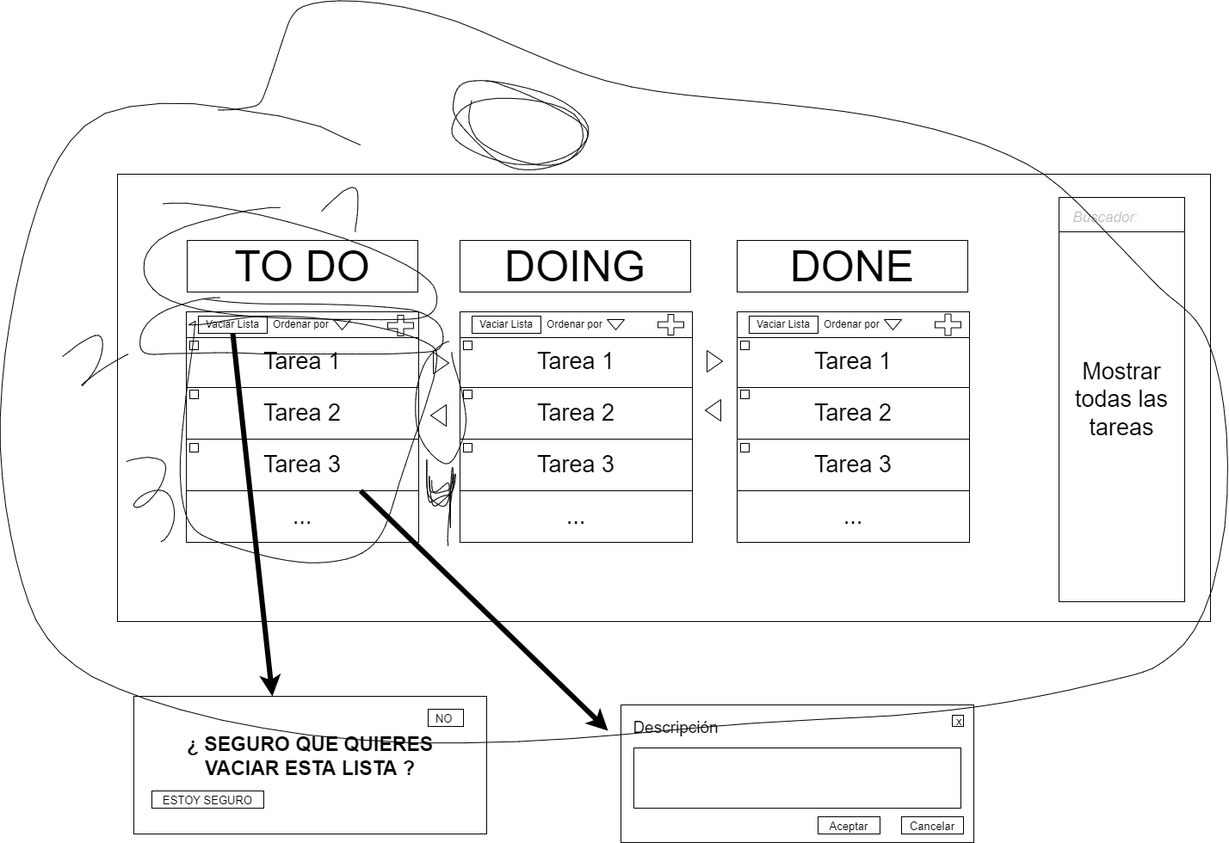
OsmanMehmed/todo-list-web-nativo keeps this draw.io diagram as MaquetacionDistribucionBloques.png. Above is the earlier version. Source tidied: cells renumbered, new cells last; positions are measured from the earlier drawing's top-left corner, leaving out a move shared by most shapes. Its diagram source:
```xml
<mxGraphModel>
  <root>
    <mxCell id="0" />
    <mxCell id="1" parent="0" />
    <mxCell id="2" style="rounded=0;whiteSpace=wrap;html=1;fontSize=50;" parent="1" vertex="1">
      <mxGeometry x="136" y="202" width="1270" height="520" as="geometry" />
    </mxCell>
    <mxCell id="3" value="Tarea 1" style="rounded=0;whiteSpace=wrap;html=1;fontSize=27;" parent="1" vertex="1">
      <mxGeometry x="216" y="390" width="270" height="60" as="geometry" />
    </mxCell>
    <mxCell id="4" value="Tarea 2" style="rounded=0;whiteSpace=wrap;html=1;fontSize=27;" parent="1" vertex="1">
      <mxGeometry x="216" y="450" width="270" height="60" as="geometry" />
    </mxCell>
    <mxCell id="5" value="Tarea 3" style="rounded=0;whiteSpace=wrap;html=1;fontSize=27;" parent="1" vertex="1">
      <mxGeometry x="216" y="510" width="270" height="60" as="geometry" />
    </mxCell>
    <mxCell id="6" value="..." style="whiteSpace=wrap;html=1;fontSize=27;" parent="1" vertex="1">
      <mxGeometry x="216" y="570" width="270" height="60" as="geometry" />
    </mxCell>
    <mxCell id="7" style="whiteSpace=wrap;html=1;fontSize=12;" parent="1" vertex="1">
      <mxGeometry x="220" y="396" width="10" height="10" as="geometry" />
    </mxCell>
    <mxCell id="8" style="whiteSpace=wrap;html=1;fontSize=27;" parent="1" vertex="1">
      <mxGeometry x="220" y="453" width="10" height="10" as="geometry" />
    </mxCell>
    <mxCell id="9" style="whiteSpace=wrap;html=1;fontSize=27;" parent="1" vertex="1">
      <mxGeometry x="220" y="515" width="10" height="10" as="geometry" />
    </mxCell>
    <mxCell id="10" value="Ordenar por&amp;nbsp;" style="rounded=0;whiteSpace=wrap;html=1;fontSize=12;" parent="1" vertex="1">
      <mxGeometry x="216" y="362" width="270" height="30" as="geometry" />
    </mxCell>
    <mxCell id="11" style="triangle;whiteSpace=wrap;html=1;fontSize=40;rotation=90;" parent="1" vertex="1">
      <mxGeometry x="391" y="367" width="12" height="20" as="geometry" />
    </mxCell>
    <mxCell id="12" value="Vaciar Lista" style="rounded=0;whiteSpace=wrap;html=1;fontSize=12;" parent="1" vertex="1">
      <mxGeometry x="230" y="367" width="80" height="20" as="geometry" />
    </mxCell>
    <mxCell id="13" value="Tarea 1" style="rounded=0;whiteSpace=wrap;html=1;fontSize=27;" parent="1" vertex="1">
      <mxGeometry x="534" y="390" width="270" height="60" as="geometry" />
    </mxCell>
    <mxCell id="14" value="Tarea 2" style="rounded=0;whiteSpace=wrap;html=1;fontSize=27;" parent="1" vertex="1">
      <mxGeometry x="534" y="450" width="270" height="60" as="geometry" />
    </mxCell>
    <mxCell id="15" value="Tarea 3" style="rounded=0;whiteSpace=wrap;html=1;fontSize=27;" parent="1" vertex="1">
      <mxGeometry x="534" y="510" width="270" height="60" as="geometry" />
    </mxCell>
    <mxCell id="16" value="..." style="whiteSpace=wrap;html=1;fontSize=27;" parent="1" vertex="1">
      <mxGeometry x="534" y="570" width="270" height="60" as="geometry" />
    </mxCell>
    <mxCell id="17" style="whiteSpace=wrap;html=1;fontSize=12;" parent="1" vertex="1">
      <mxGeometry x="538" y="396" width="10" height="10" as="geometry" />
    </mxCell>
    <mxCell id="18" style="whiteSpace=wrap;html=1;fontSize=27;" parent="1" vertex="1">
      <mxGeometry x="538" y="453" width="10" height="10" as="geometry" />
    </mxCell>
    <mxCell id="19" style="whiteSpace=wrap;html=1;fontSize=27;" parent="1" vertex="1">
      <mxGeometry x="538" y="515" width="10" height="10" as="geometry" />
    </mxCell>
    <mxCell id="20" value="Ordenar por&amp;nbsp;" style="rounded=0;whiteSpace=wrap;html=1;fontSize=12;" parent="1" vertex="1">
      <mxGeometry x="534" y="362" width="270" height="30" as="geometry" />
    </mxCell>
    <mxCell id="21" style="triangle;whiteSpace=wrap;html=1;fontSize=40;rotation=90;" parent="1" vertex="1">
      <mxGeometry x="709" y="367" width="12" height="20" as="geometry" />
    </mxCell>
    <mxCell id="22" value="Vaciar Lista" style="rounded=0;whiteSpace=wrap;html=1;fontSize=12;" parent="1" vertex="1">
      <mxGeometry x="548" y="367" width="80" height="20" as="geometry" />
    </mxCell>
    <mxCell id="23" value="Tarea 1" style="rounded=0;whiteSpace=wrap;html=1;fontSize=27;" parent="1" vertex="1">
      <mxGeometry x="856" y="390" width="270" height="60" as="geometry" />
    </mxCell>
    <mxCell id="24" value="Tarea 2" style="rounded=0;whiteSpace=wrap;html=1;fontSize=27;" parent="1" vertex="1">
      <mxGeometry x="856" y="450" width="270" height="60" as="geometry" />
    </mxCell>
    <mxCell id="25" value="Tarea 3" style="rounded=0;whiteSpace=wrap;html=1;fontSize=27;" parent="1" vertex="1">
      <mxGeometry x="856" y="510" width="270" height="60" as="geometry" />
    </mxCell>
    <mxCell id="26" value="..." style="whiteSpace=wrap;html=1;fontSize=27;" parent="1" vertex="1">
      <mxGeometry x="856" y="570" width="270" height="60" as="geometry" />
    </mxCell>
    <mxCell id="27" style="whiteSpace=wrap;html=1;fontSize=12;" parent="1" vertex="1">
      <mxGeometry x="860" y="396" width="10" height="10" as="geometry" />
    </mxCell>
    <mxCell id="28" style="whiteSpace=wrap;html=1;fontSize=27;" parent="1" vertex="1">
      <mxGeometry x="860" y="453" width="10" height="10" as="geometry" />
    </mxCell>
    <mxCell id="29" style="whiteSpace=wrap;html=1;fontSize=27;" parent="1" vertex="1">
      <mxGeometry x="860" y="515" width="10" height="10" as="geometry" />
    </mxCell>
    <mxCell id="30" value="Ordenar por&amp;nbsp;" style="rounded=0;whiteSpace=wrap;html=1;fontSize=12;" parent="1" vertex="1">
      <mxGeometry x="856" y="362" width="270" height="30" as="geometry" />
    </mxCell>
    <mxCell id="31" style="triangle;whiteSpace=wrap;html=1;fontSize=40;rotation=90;" parent="1" vertex="1">
      <mxGeometry x="1031" y="367" width="12" height="20" as="geometry" />
    </mxCell>
    <mxCell id="32" value="Vaciar Lista" style="rounded=0;whiteSpace=wrap;html=1;fontSize=12;" parent="1" vertex="1">
      <mxGeometry x="870" y="367" width="80" height="20" as="geometry" />
    </mxCell>
    <mxCell id="33" style="shape=cross;whiteSpace=wrap;html=1;fontSize=40;size=0.29230675330528844;" parent="1" vertex="1">
      <mxGeometry x="450" y="366" width="30" height="24" as="geometry" />
    </mxCell>
    <mxCell id="34" style="shape=cross;whiteSpace=wrap;html=1;fontSize=40;size=0.28333282470703125;" parent="1" vertex="1">
      <mxGeometry x="764" y="365" width="30" height="24" as="geometry" />
    </mxCell>
    <mxCell id="35" style="shape=cross;whiteSpace=wrap;html=1;fontSize=40;size=0.28333282470703125;" parent="1" vertex="1">
      <mxGeometry x="1086" y="364.5" width="30" height="25" as="geometry" />
    </mxCell>
    <mxCell id="36" value="&lt;font style=&quot;font-size: 50px&quot;&gt;TO DO&lt;/font&gt;" style="rounded=0;whiteSpace=wrap;html=1;fontSize=12;" parent="1" vertex="1">
      <mxGeometry x="217" y="279" width="268" height="60" as="geometry" />
    </mxCell>
    <mxCell id="37" value="&lt;font style=&quot;font-size: 50px&quot;&gt;DOING&lt;/font&gt;" style="rounded=0;whiteSpace=wrap;html=1;fontSize=12;" parent="1" vertex="1">
      <mxGeometry x="534" y="279" width="268" height="60" as="geometry" />
    </mxCell>
    <mxCell id="38" value="&lt;font style=&quot;font-size: 50px&quot;&gt;DONE&lt;/font&gt;" style="rounded=0;whiteSpace=wrap;html=1;fontSize=12;" parent="1" vertex="1">
      <mxGeometry x="856" y="279" width="268" height="60" as="geometry" />
    </mxCell>
    <mxCell id="39" style="endArrow=classic;html=1;rounded=0;fontSize=50;exitX=0.75;exitY=1;exitDx=0;exitDy=0;strokeWidth=6;" parent="1" edge="1" source="5">
      <mxGeometry relative="1" as="geometry">
        <mxPoint x="706" y="849" as="targetPoint" />
      </mxGeometry>
    </mxCell>
    <mxCell id="40" style="rounded=0;whiteSpace=wrap;html=1;fontSize=50;" parent="1" vertex="1">
      <mxGeometry x="721" y="819" width="410" height="160" as="geometry" />
    </mxCell>
    <mxCell id="41" value="&lt;font style=&quot;font-size: 19px&quot;&gt;Descripción&lt;/font&gt;" style="text;html=1;strokeColor=none;fillColor=none;align=center;verticalAlign=middle;whiteSpace=wrap;rounded=0;fontSize=50;" parent="1" vertex="1">
      <mxGeometry x="755" y="819" width="60" height="30" as="geometry" />
    </mxCell>
    <mxCell id="42" style="rounded=0;whiteSpace=wrap;html=1;fontSize=19;" parent="1" vertex="1">
      <mxGeometry x="736" y="869" width="380" height="70" as="geometry" />
    </mxCell>
    <mxCell id="43" value="&lt;span style=&quot;font-size: 13px&quot;&gt;Aceptar&lt;/span&gt;" style="rounded=0;whiteSpace=wrap;html=1;fontSize=19;" parent="1" vertex="1">
      <mxGeometry x="950" y="949" width="72" height="20" as="geometry" />
    </mxCell>
    <mxCell id="44" value="&lt;span style=&quot;font-size: 13px&quot;&gt;Cancelar&lt;/span&gt;" style="rounded=0;whiteSpace=wrap;html=1;fontSize=19;" parent="1" vertex="1">
      <mxGeometry x="1047" y="949" width="72" height="20" as="geometry" />
    </mxCell>
    <mxCell id="45" value="&amp;nbsp;x" style="whiteSpace=wrap;html=1;fontSize=13;" parent="1" vertex="1">
      <mxGeometry x="1106" y="831" width="13" height="13" as="geometry" />
    </mxCell>
    <mxCell id="46" style="triangle;whiteSpace=wrap;html=1;fontSize=27;" parent="1" vertex="1">
      <mxGeometry x="503" y="409" width="18" height="25" as="geometry" />
    </mxCell>
    <mxCell id="47" style="triangle;whiteSpace=wrap;html=1;fontSize=27;" parent="1" vertex="1">
      <mxGeometry x="821" y="407" width="18" height="25" as="geometry" />
    </mxCell>
    <mxCell id="48" style="triangle;whiteSpace=wrap;html=1;fontSize=27;rotation=-180;" parent="1" vertex="1">
      <mxGeometry x="500" y="470" width="18" height="25" as="geometry" />
    </mxCell>
    <mxCell id="49" style="triangle;whiteSpace=wrap;html=1;fontSize=27;rotation=-180;" parent="1" vertex="1">
      <mxGeometry x="819" y="464" width="18" height="25" as="geometry" />
    </mxCell>
    <mxCell id="50" value="&lt;span&gt;Mostrar todas las tareas&lt;/span&gt;" style="rounded=0;whiteSpace=wrap;html=1;fontSize=27;" parent="1" vertex="1">
      <mxGeometry x="1230" y="229" width="146" height="470" as="geometry" />
    </mxCell>
    <mxCell id="51" value="&lt;font style=&quot;font-size: 17px&quot;&gt;&amp;nbsp; &amp;nbsp;Buscador:&lt;/font&gt;" style="rounded=0;whiteSpace=wrap;html=1;fontSize=27;fontStyle=2;align=left;fontColor=#000000;textOpacity=30;" parent="1" vertex="1">
      <mxGeometry x="1230" y="229" width="146" height="40" as="geometry" />
    </mxCell>
    <mxCell id="52" style="endArrow=classic;html=1;rounded=0;fontSize=50;exitX=0.5;exitY=1;exitDx=0;exitDy=0;strokeWidth=6;" parent="1" edge="1" source="12">
      <mxGeometry relative="1" as="geometry">
        <mxPoint x="316" y="809" as="targetPoint" />
      </mxGeometry>
    </mxCell>
    <mxCell id="53" style="rounded=0;whiteSpace=wrap;html=1;fontSize=50;" parent="1" vertex="1">
      <mxGeometry x="155" y="809" width="410" height="160" as="geometry" />
    </mxCell>
    <mxCell id="54" value="¿ SEGURO QUE QUIERES VACIAR ESTA LISTA ?" style="text;html=1;strokeColor=none;fillColor=none;align=center;verticalAlign=middle;whiteSpace=wrap;rounded=0;fontSize=23;fontColor=#000000;fontStyle=1;" parent="1" vertex="1">
      <mxGeometry x="205" y="836" width="310" height="86.5" as="geometry" />
    </mxCell>
    <mxCell id="55" value="&lt;span style=&quot;font-size: 13px&quot;&gt;ESTOY SEGURO&lt;/span&gt;" style="rounded=0;whiteSpace=wrap;html=1;fontSize=19;" parent="1" vertex="1">
      <mxGeometry x="176" y="919" width="130" height="20" as="geometry" />
    </mxCell>
    <mxCell id="56" value="&lt;span style=&quot;font-size: 13px&quot;&gt;NO&amp;nbsp;&lt;/span&gt;" style="rounded=0;whiteSpace=wrap;html=1;fontSize=19;" parent="1" vertex="1">
      <mxGeometry x="497" y="824" width="41" height="20" as="geometry" />
    </mxCell>
    <mxCell id="57" style="shape=(stored shape, 732 characters);fillColor=none;fontSize=23;fontColor=#000000;" parent="1" vertex="1">
      <mxGeometry x="166.6" y="235.7" width="340.5" height="135.5" as="geometry" />
    </mxCell>
    <mxCell id="58" style="shape=(stored shape, 1116 characters);fillColor=none;fontSize=23;fontColor=#000000;" parent="1" vertex="1">
      <mxGeometry x="162.1" y="345.5" width="352.4" height="66" as="geometry" />
    </mxCell>
    <mxCell id="59" style="shape=(stored shape, 1256 characters);fillColor=none;fontSize=23;fontColor=#F0FF66;" parent="1" vertex="1">
      <mxGeometry x="208.8" y="367" width="298.4" height="286.7" as="geometry" />
    </mxCell>
    <mxCell id="60" style="shape=(stored shape, 836 characters);fillColor=none;fontSize=23;fontColor=#F0FF66;" parent="1" vertex="1">
      <mxGeometry x="482.3" y="396.5" width="58.7" height="142.2" as="geometry" />
    </mxCell>
    <mxCell id="61" style="shape=(stored shape, 328 characters);fillColor=none;fontSize=23;fontColor=#F0FF66;" parent="1" vertex="1">
      <mxGeometry x="373.2" y="217.2" width="42.2" height="52" as="geometry" />
    </mxCell>
    <mxCell id="62" style="shape=(stored shape, 544 characters);fillColor=none;fontSize=23;fontColor=#F0FF66;" parent="1" vertex="1">
      <mxGeometry x="72.1" y="389.4" width="76.4" height="58.4" as="geometry" />
    </mxCell>
    <mxCell id="63" style="shape=(stored shape, 628 characters);fillColor=none;fontSize=23;fontColor=#F0FF66;" parent="1" vertex="1">
      <mxGeometry x="146.3" y="531.1" width="55.8" height="98.1" as="geometry" />
    </mxCell>
    <mxCell id="64" style="shape=(stored shape, 1904 characters);fillColor=none;fontSize=23;fontColor=#F0FF66;" parent="1" vertex="1">
      <mxGeometry x="495.4" y="533.9" width="33.5" height="100.4" as="geometry" />
    </mxCell>
    <mxCell id="65" style="shape=(stored shape, 1672 characters);fillColor=none;fontSize=23;fontColor=#F0FF66;" parent="1" vertex="1">
      <mxGeometry x="-0.3" y="0.5" width="1426.2" height="862.7" as="geometry" />
    </mxCell>
    <mxCell id="66" style="shape=(stored shape, 1428 characters);fillColor=none;fontSize=23;fontColor=#F0FF66;" parent="1" vertex="1">
      <mxGeometry x="524.5" y="93.1" width="158.9" height="103.8" as="geometry" />
    </mxCell>
  </root>
</mxGraphModel>
```
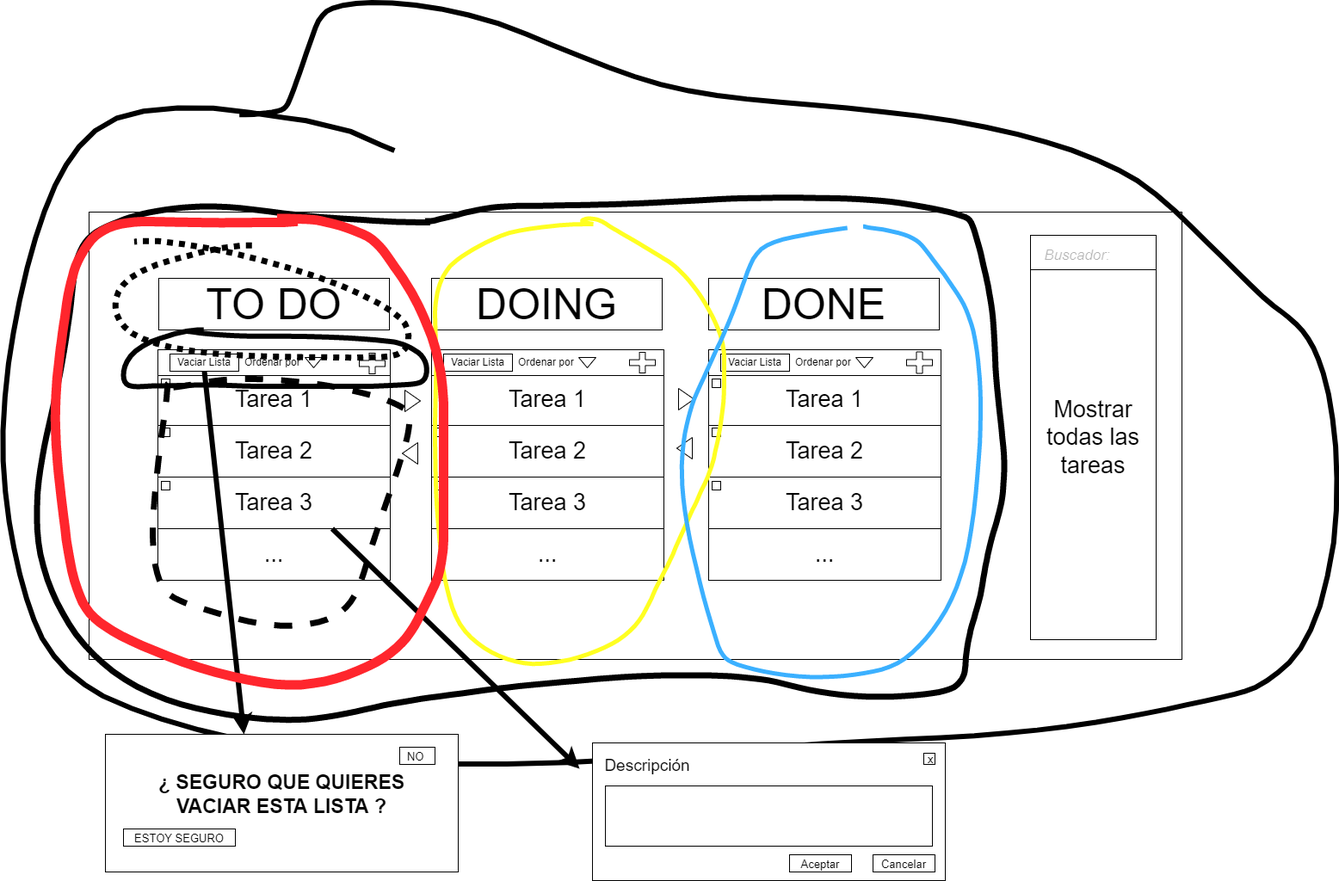
Later version of the same file.

Diff of the diagram source:
```diff
@@ -5,6 +5,12 @@
     <mxCell id="2" style="rounded=0;whiteSpace=wrap;html=1;fontSize=50;" parent="1" vertex="1">
       <mxGeometry x="136" y="202" width="1270" height="520" as="geometry" />
     </mxCell>
+    <mxCell id="65" style="shape=(stored shape, 1672 characters);fillColor=none;fontSize=23;fontColor=#F0FF66;strokeColor=#000000;strokeWidth=6;" parent="1" vertex="1">
+      <mxGeometry x="36" y="-41.5" width="1550" height="885" as="geometry" />
+    </mxCell>
+    <mxCell id="67" style="shape=(stored shape, 2996 characters);fillColor=none;fontSize=23;fontColor=#F0FF66;strokeWidth=7;strokeColor=#000000;" parent="1" vertex="1">
+      <mxGeometry x="75.4" y="185.2" width="1124.2" height="607" as="geometry" />
+    </mxCell>
     <mxCell id="3" value="Tarea 1" style="rounded=0;whiteSpace=wrap;html=1;fontSize=27;" parent="1" vertex="1">
       <mxGeometry x="216" y="390" width="270" height="60" as="geometry" />
     </mxCell>
@@ -171,35 +177,23 @@
     <mxCell id="56" value="&lt;span style=&quot;font-size: 13px&quot;&gt;NO&amp;nbsp;&lt;/span&gt;" style="rounded=0;whiteSpace=wrap;html=1;fontSize=19;" parent="1" vertex="1">
       <mxGeometry x="497" y="824" width="41" height="20" as="geometry" />
     </mxCell>
-    <mxCell id="57" style="shape=(stored shape, 732 characters);fillColor=none;fontSize=23;fontColor=#000000;" parent="1" vertex="1">
+    <mxCell id="57" style="shape=(stored shape, 732 characters);fillColor=none;fontSize=23;fontColor=#000000;strokeWidth=7;dashed=1;dashPattern=1 1;" parent="1" vertex="1">
       <mxGeometry x="166.6" y="235.7" width="340.5" height="135.5" as="geometry" />
     </mxCell>
-    <mxCell id="58" style="shape=(stored shape, 1116 characters);fillColor=none;fontSize=23;fontColor=#000000;" parent="1" vertex="1">
-      <mxGeometry x="162.1" y="345.5" width="352.4" height="66" as="geometry" />
+    <mxCell id="58" style="shape=(stored shape, 1116 characters);fillColor=none;fontSize=23;fontColor=#000000;strokeWidth=6;" parent="1" vertex="1">
+      <mxGeometry x="176" y="339" width="352.4" height="66" as="geometry" />
     </mxCell>
-    <mxCell id="59" style="shape=(stored shape, 1256 characters);fillColor=none;fontSize=23;fontColor=#F0FF66;" parent="1" vertex="1">
-      <mxGeometry x="208.8" y="367" width="298.4" height="286.7" as="geometry" />
+    <mxCell id="59" style="shape=(stored shape, 1256 characters);fillColor=none;fontSize=23;fontColor=#F0FF66;dashed=1;strokeWidth=7;" parent="1" vertex="1">
+      <mxGeometry x="210" y="396" width="298.4" height="286.7" as="geometry" />
     </mxCell>
-    <mxCell id="60" style="shape=(stored shape, 836 characters);fillColor=none;fontSize=23;fontColor=#F0FF66;" parent="1" vertex="1">
-      <mxGeometry x="482.3" y="396.5" width="58.7" height="142.2" as="geometry" />
-    </mxCell>
-    <mxCell id="61" style="shape=(stored shape, 328 characters);fillColor=none;fontSize=23;fontColor=#F0FF66;" parent="1" vertex="1">
-      <mxGeometry x="373.2" y="217.2" width="42.2" height="52" as="geometry" />
-    </mxCell>
-    <mxCell id="62" style="shape=(stored shape, 544 characters);fillColor=none;fontSize=23;fontColor=#F0FF66;" parent="1" vertex="1">
-      <mxGeometry x="72.1" y="389.4" width="76.4" height="58.4" as="geometry" />
-    </mxCell>
-    <mxCell id="63" style="shape=(stored shape, 628 characters);fillColor=none;fontSize=23;fontColor=#F0FF66;" parent="1" vertex="1">
-      <mxGeometry x="146.3" y="531.1" width="55.8" height="98.1" as="geometry" />
-    </mxCell>
-    <mxCell id="64" style="shape=(stored shape, 1904 characters);fillColor=none;fontSize=23;fontColor=#F0FF66;" parent="1" vertex="1">
-      <mxGeometry x="495.4" y="533.9" width="33.5" height="100.4" as="geometry" />
-    </mxCell>
-    <mxCell id="65" style="shape=(stored shape, 1672 characters);fillColor=none;fontSize=23;fontColor=#F0FF66;" parent="1" vertex="1">
-      <mxGeometry x="-0.3" y="0.5" width="1426.2" height="862.7" as="geometry" />
-    </mxCell>
-    <mxCell id="66" style="shape=(stored shape, 1428 characters);fillColor=none;fontSize=23;fontColor=#F0FF66;" parent="1" vertex="1">
-      <mxGeometry x="524.5" y="93.1" width="158.9" height="103.8" as="geometry" />
-    </mxCell>
+    <mxCell id="68" style="shape=(stored shape, 2028 characters);fillColor=none;fontSize=23;fontColor=#F0FF66;strokeWidth=5;strokeColor=#FFFF21;" parent="1" vertex="1">
+      <mxGeometry x="538" y="209.6" width="336" height="517.6" as="geometry" />
+    </mxCell>
+    <mxCell id="69" style="shape=(stored shape, 1560 characters);fontSize=23;strokeWidth=5;fillColor=none;strokeColor=#3BB0FF;" parent="1" vertex="1">
+      <mxGeometry x="824.8" y="218.8" width="347.2" height="523.6" as="geometry" />
+    </mxCell>
+    <mxCell id="70" style="shape=(stored shape, 2064 characters);fillColor=none;fontSize=23;fontColor=#F0FF66;strokeColor=#FF262D;strokeWidth=11;" parent="1" vertex="1">
+      <mxGeometry x="96.8" y="209.6" width="451.2" height="542" as="geometry" />
+    </mxCell>
   </root>
 </mxGraphModel>
```
